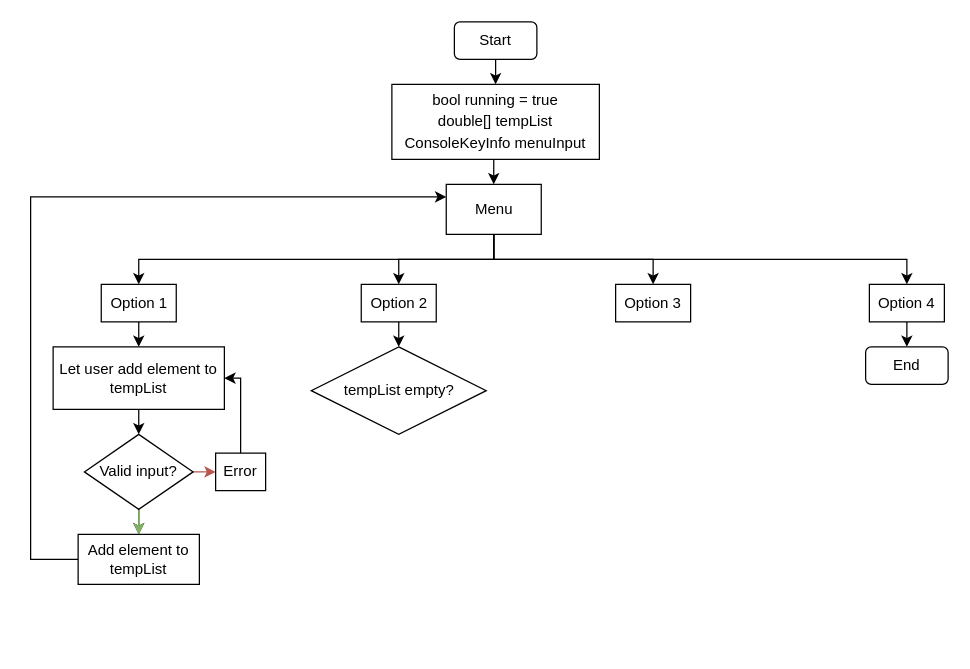
Earlier version of the draw.io diagram 12.4 - Väderstationen (del 2).drawio (JakeBow/shopping-list). Source tidied: cells renumbered, new cells numbered last; positions are measured from the earlier drawing's top-left corner, leaving out a move shared by most shapes. Both pictures are drawn from the tidied source at 125%, with x=0, y=0 at pixel (30, 21).
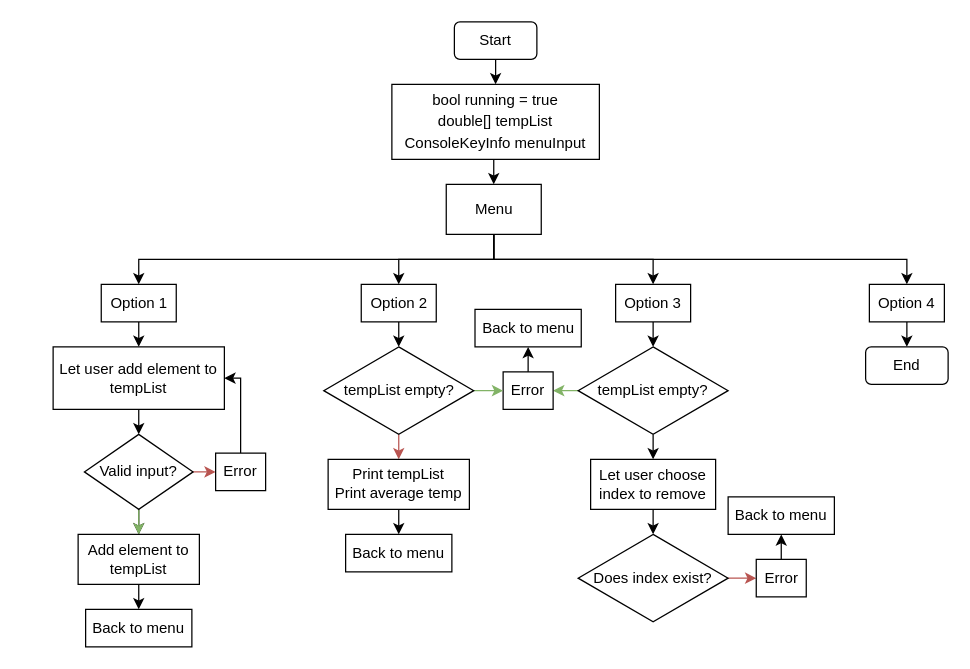
The same diagram, later.

The change refers to these unchanged cells:
```xml
<mxCell id="8" value="Menu" style="rounded=0;whiteSpace=wrap;html=1;" parent="1" vertex="1">
  <mxGeometry x="332.5" y="130" width="76" height="40" as="geometry" />
</mxCell>
<mxCell id="12" value="Option 2" style="rounded=0;whiteSpace=wrap;html=1;" parent="1" vertex="1">
  <mxGeometry x="264.5" y="210" width="60" height="30" as="geometry" />
</mxCell>
<mxCell id="13" value="Option 3" style="rounded=0;whiteSpace=wrap;html=1;" parent="1" vertex="1">
  <mxGeometry x="468" y="210" width="60" height="30" as="geometry" />
</mxCell>
<mxCell id="26" value="Add element to tempList" style="rounded=0;whiteSpace=wrap;html=1;" parent="1" vertex="1">
  <mxGeometry x="38" y="410" width="97" height="40" as="geometry" />
</mxCell>
```

Change to the diagram source:
```diff
@@
-    <mxCell id="11" style="edgeStyle=orthogonalEdgeStyle;rounded=0;jettySize=auto;html=1;exitX=0.5;exitY=1;exitDx=0;exitDy=0;entryX=0.5;entryY=0;entryDx=0;entryDy=0;" parent="1" edge="1" source="12" target="27">
-      <mxGeometry relative="1" as="geometry" />
+    <mxCell id="11" style="edgeStyle=orthogonalEdgeStyle;rounded=0;jettySize=auto;html=1;exitX=0.5;exitY=1;exitDx=0;exitDy=0;entryX=0.5;entryY=0;entryDx=0;entryDy=0;" parent="1" edge="1" source="12">
+      <mxGeometry relative="1" as="geometry">
+        <mxPoint x="294.5" y="260" as="targetPoint" />
+      </mxGeometry>
     </mxCell>
@@
+    <mxCell id="30" style="edgeStyle=orthogonalEdgeStyle;rounded=0;jettySize=auto;html=1;exitX=0.5;exitY=1;exitDx=0;exitDy=0;entryX=0.5;entryY=0;entryDx=0;entryDy=0;" parent="1" edge="1" source="13" target="34">
+      <mxGeometry relative="1" as="geometry" />
+    </mxCell>
@@
-    <mxCell id="25" style="edgeStyle=orthogonalEdgeStyle;rounded=0;jettySize=auto;html=1;exitX=0;exitY=0.5;exitDx=0;exitDy=0;entryX=0;entryY=0.25;entryDx=0;entryDy=0;" parent="1" edge="1" source="26" target="8">
-      <mxGeometry relative="1" as="geometry">
-        <Array as="points">
-          <mxPoint y="430" />
-          <mxPoint y="140" />
-        </Array>
-      </mxGeometry>
-    </mxCell>
+    <mxCell id="31" style="edgeStyle=orthogonalEdgeStyle;rounded=0;jettySize=auto;html=1;exitX=0.5;exitY=1;exitDx=0;exitDy=0;entryX=0.5;entryY=0;entryDx=0;entryDy=0;" parent="1" edge="1" source="26" target="42">
+      <mxGeometry relative="1" as="geometry" />
+    </mxCell>
@@
-    <mxCell id="27" value="tempList empty?" style="rhombus;whiteSpace=wrap;html=1;" parent="1" vertex="1">
-      <mxGeometry x="224.5" y="260" width="140" height="70" as="geometry" />
-    </mxCell>
@@
+    <mxCell id="32" style="edgeStyle=orthogonalEdgeStyle;rounded=0;jettySize=auto;html=1;exitX=0;exitY=0.5;exitDx=0;exitDy=0;entryX=1;entryY=0.5;entryDx=0;entryDy=0;fillColor=#d5e8d4;strokeColor=#82b366;" parent="1" edge="1" source="34" target="36">
+      <mxGeometry relative="1" as="geometry" />
+    </mxCell>
+    <mxCell id="33" style="edgeStyle=orthogonalEdgeStyle;rounded=0;jettySize=auto;html=1;exitX=0.5;exitY=1;exitDx=0;exitDy=0;entryX=0.5;entryY=0;entryDx=0;entryDy=0;" parent="1" edge="1" source="34" target="51">
+      <mxGeometry relative="1" as="geometry" />
+    </mxCell>
+    <mxCell id="34" value="tempList empty?" style="rhombus;whiteSpace=wrap;html=1;" parent="1" vertex="1">
+      <mxGeometry x="438" y="260" width="120" height="70" as="geometry" />
+    </mxCell>
+    <mxCell id="35" style="edgeStyle=orthogonalEdgeStyle;rounded=0;jettySize=auto;html=1;exitX=0.5;exitY=0;exitDx=0;exitDy=0;entryX=0.5;entryY=1;entryDx=0;entryDy=0;" parent="1" edge="1" source="36" target="44">
+      <mxGeometry relative="1" as="geometry" />
+    </mxCell>
+    <mxCell id="36" value="Error" style="rounded=0;whiteSpace=wrap;html=1;" parent="1" vertex="1">
+      <mxGeometry x="378" y="280" width="40" height="30" as="geometry" />
+    </mxCell>
+    <mxCell id="37" style="edgeStyle=orthogonalEdgeStyle;rounded=0;jettySize=auto;html=1;exitX=1;exitY=0.5;exitDx=0;exitDy=0;entryX=0;entryY=0.5;entryDx=0;entryDy=0;fillColor=#d5e8d4;strokeColor=#82b366;" parent="1" edge="1" source="39" target="36">
+      <mxGeometry relative="1" as="geometry" />
+    </mxCell>
+    <mxCell id="38" style="edgeStyle=orthogonalEdgeStyle;rounded=0;jettySize=auto;html=1;exitX=0.5;exitY=1;exitDx=0;exitDy=0;entryX=0.5;entryY=0;entryDx=0;entryDy=0;fillColor=#f8cecc;strokeColor=#b85450;" parent="1" edge="1" source="39" target="41">
+      <mxGeometry relative="1" as="geometry" />
+    </mxCell>
+    <mxCell id="39" value="tempList empty?" style="rhombus;whiteSpace=wrap;html=1;" parent="1" vertex="1">
+      <mxGeometry x="234.5" y="260" width="120" height="70" as="geometry" />
+    </mxCell>
+    <mxCell id="40" style="edgeStyle=orthogonalEdgeStyle;rounded=0;jettySize=auto;html=1;exitX=0.5;exitY=1;exitDx=0;exitDy=0;entryX=0.5;entryY=0;entryDx=0;entryDy=0;" parent="1" edge="1" source="41" target="43">
+      <mxGeometry relative="1" as="geometry" />
+    </mxCell>
+    <mxCell id="41" value="&lt;div&gt;Print tempList&lt;/div&gt;&lt;div style=&quot;line-height: 140%;&quot;&gt;Print average temp&lt;br&gt;&lt;/div&gt;" style="rounded=0;whiteSpace=wrap;html=1;" parent="1" vertex="1">
+      <mxGeometry x="238" y="350" width="113" height="40" as="geometry" />
+    </mxCell>
+    <mxCell id="42" value="Back to menu" style="rounded=0;whiteSpace=wrap;html=1;" parent="1" vertex="1">
+      <mxGeometry x="44" y="470" width="85" height="30" as="geometry" />
+    </mxCell>
+    <mxCell id="43" value="Back to menu" style="rounded=0;whiteSpace=wrap;html=1;" parent="1" vertex="1">
+      <mxGeometry x="252" y="410" width="85" height="30" as="geometry" />
+    </mxCell>
+    <mxCell id="44" value="Back to menu" style="rounded=0;whiteSpace=wrap;html=1;" parent="1" vertex="1">
+      <mxGeometry x="355.5" y="230" width="85" height="30" as="geometry" />
+    </mxCell>
+    <mxCell id="45" style="edgeStyle=orthogonalEdgeStyle;rounded=0;jettySize=auto;html=1;exitX=1;exitY=0.5;exitDx=0;exitDy=0;entryX=0;entryY=0.5;entryDx=0;entryDy=0;fillColor=#f8cecc;strokeColor=#b85450;" parent="1" edge="1" source="46" target="48">
+      <mxGeometry relative="1" as="geometry" />
+    </mxCell>
+    <mxCell id="46" value="Does index exist?" style="rhombus;whiteSpace=wrap;html=1;" parent="1" vertex="1">
+      <mxGeometry x="438" y="410" width="120" height="70" as="geometry" />
+    </mxCell>
+    <mxCell id="47" style="edgeStyle=orthogonalEdgeStyle;rounded=0;jettySize=auto;html=1;exitX=0.5;exitY=0;exitDx=0;exitDy=0;entryX=0.5;entryY=1;entryDx=0;entryDy=0;" parent="1" edge="1" source="48" target="49">
+      <mxGeometry relative="1" as="geometry" />
+    </mxCell>
+    <mxCell id="48" value="Error" style="rounded=0;whiteSpace=wrap;html=1;" parent="1" vertex="1">
+      <mxGeometry x="580.5" y="430" width="40" height="30" as="geometry" />
+    </mxCell>
+    <mxCell id="49" value="Back to menu" style="rounded=0;whiteSpace=wrap;html=1;" parent="1" vertex="1">
+      <mxGeometry x="558" y="380" width="85" height="30" as="geometry" />
+    </mxCell>
+    <mxCell id="50" style="edgeStyle=orthogonalEdgeStyle;rounded=0;jettySize=auto;html=1;exitX=0.5;exitY=1;exitDx=0;exitDy=0;entryX=0.5;entryY=0;entryDx=0;entryDy=0;" parent="1" edge="1" source="51" target="46">
+      <mxGeometry relative="1" as="geometry" />
+    </mxCell>
+    <mxCell id="51" value="Let user choose index to remove" style="rounded=0;whiteSpace=wrap;html=1;" parent="1" vertex="1">
+      <mxGeometry x="448" y="350" width="100" height="40" as="geometry" />
+    </mxCell>
```
